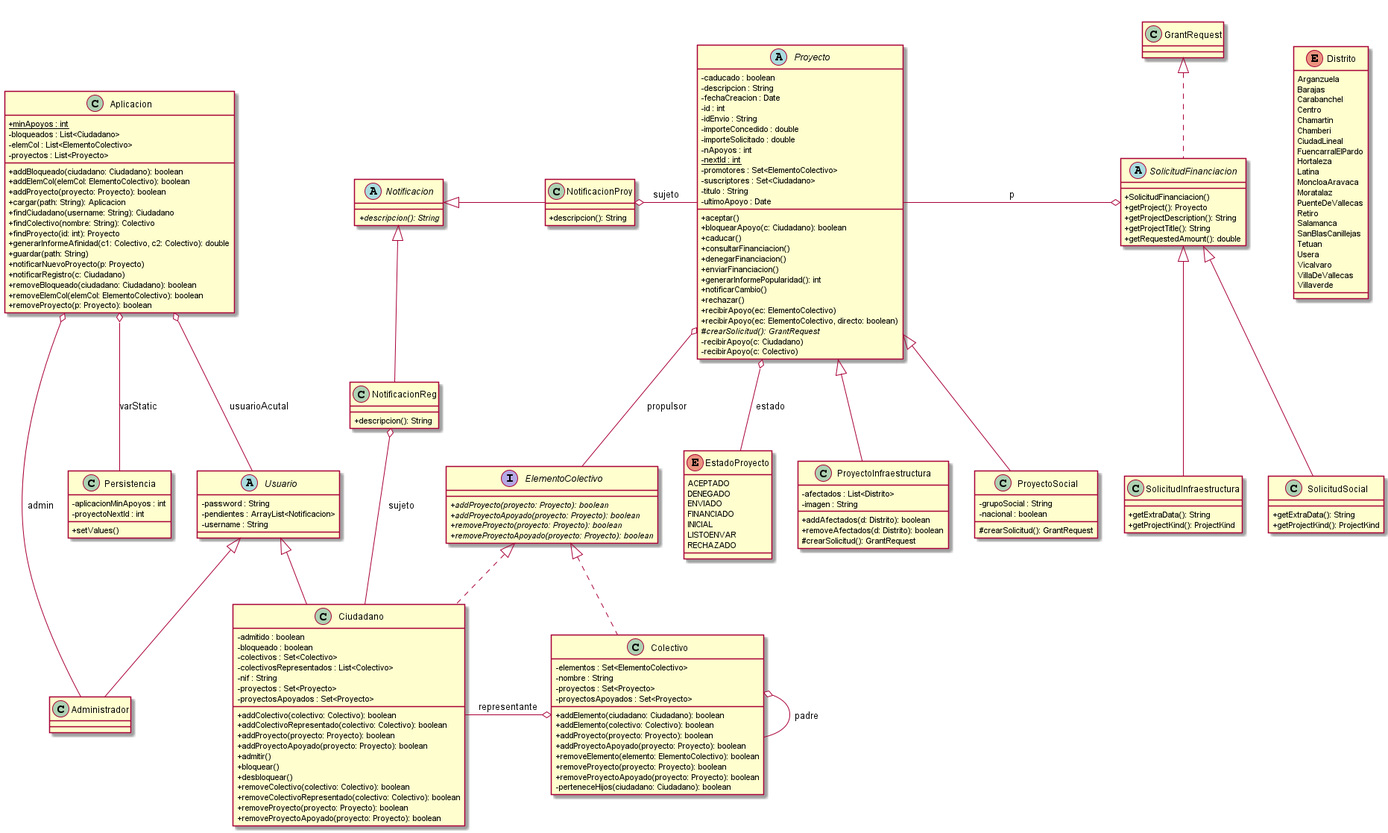
Before: P3/Diagrama de clases.png, a diagram exported from PlantUML (Fgp910/PADSOF_2020). Source of this version:
```plantuml
@startuml

title __CLASES's Class Diagram__\n

skinparam classAttributeIconSize 0

      class Administrador {
      }

      class Aplicacion {
          {static} + minApoyos : int
          - bloqueados : List<Ciudadano>
          - elemCol : List<ElementoColectivo>
          - proyectos : List<Proyecto>
          + addBloqueado(ciudadano: Ciudadano): boolean
          + addElemCol(elemCol: ElementoColectivo): boolean
          + addProyecto(proyecto: Proyecto): boolean
          + cargar(path: String): Aplicacion
          + findCiudadano(username: String): Ciudadano
          + findColectivo(nombre: String): Colectivo
          + findProyecto(id: int): Proyecto
          + generarInformeAfinidad(c1: Colectivo, c2: Colectivo): double
          + guardar(path: String)
          + notificarNuevoProyecto(p: Proyecto)
          + notificarRegistro(c: Ciudadano)
          + removeBloqueado(ciudadano: Ciudadano): boolean
          + removeElemCol(elemCol: ElementoColectivo): boolean
          + removeProyecto(p: Proyecto): boolean
      }


    class Ciudadano {
      - admitido : boolean
      - bloqueado : boolean
      - colectivos : Set<Colectivo>
      - colectivosRepresentados : List<Colectivo>
      - nif : String
      - proyectos : Set<Proyecto>
      - proyectosApoyados : Set<Proyecto>
      + addColectivo(colectivo: Colectivo): boolean
      + addColectivoRepresentado(colectivo: Colectivo): boolean
      + addProyecto(proyecto: Proyecto): boolean
      + addProyectoApoyado(proyecto: Proyecto): boolean
      + admitir()
      + bloquear()
      + desbloquear()
      + removeColectivo(colectivo: Colectivo): boolean
      + removeColectivoRepresentado(colectivo: Colectivo): boolean
      + removeProyecto(proyecto: Proyecto): boolean
      + removeProyectoApoyado(proyecto: Proyecto): boolean
    }

      class Colectivo {
          - elementos : Set<ElementoColectivo>
          - nombre : String
          - proyectos : Set<Proyecto>
          - proyectosApoyados : Set<Proyecto>
          + addElemento(ciudadano: Ciudadano): boolean
          + addElemento(colectivo: Colectivo): boolean
          + addProyecto(proyecto: Proyecto): boolean
          + addProyectoApoyado(proyecto: Proyecto): boolean
          + removeElemento(elemento: ElementoColectivo): boolean
          + removeProyecto(proyecto: Proyecto): boolean
          + removeProyectoApoyado(proyecto: Proyecto): boolean
          - perteneceHijos(ciudadano: Ciudadano): boolean
      }

      enum Distrito {
        Arganzuela
        Barajas
        Carabanchel
        Centro
        Chamartin
        Chamberi
        CiudadLineal
        FuencarralElPardo
        Hortaleza
        Latina
        MoncloaAravaca
        Moratalaz
        PuenteDeVallecas
        Retiro
        Salamanca
        SanBlasCanillejas
        Tetuan
        Usera
        Vicalvaro
        VillaDeVallecas
        Villaverde
      }


      interface ElementoColectivo {
          {abstract} + addProyecto(proyecto: Proyecto): boolean
          {abstract} + addProyectoApoyado(proyecto: Proyecto): boolean
          {abstract} + removeProyecto(proyecto: Proyecto): boolean
          {abstract} + removeProyectoApoyado(proyecto: Proyecto): boolean
      }

      enum EstadoProyecto {
        ACEPTADO
        DENEGADO
        ENVIADO
        FINANCIADO
        INICIAL
        LISTOENVAR
        RECHAZADO
      }

      abstract class Notificacion {
          {abstract} + descripcion(): String
      }

      class NotificacionProy {
          + descripcion(): String
      }

      class NotificacionReg {
          + descripcion(): String
      }

      class Persistencia {
          - aplicacionMinApoyos : int
          - proyectoNextId : int
          + setValues()
      }

      abstract class Proyecto {
          - caducado : boolean
          - descripcion : String
          - fechaCreacion : Date
          - id : int
          - idEnvio : String
          - importeConcedido : double
          - importeSolicitado : double
          - nApoyos : int
          {static} - nextId : int
          - promotores : Set<ElementoColectivo>
          - suscriptores : Set<Ciudadano>
          - titulo : String
          - ultimoApoyo : Date
          + aceptar()
          + bloquearApoyo(c: Ciudadano): boolean
          + caducar()
          + consultarFinanciacion()
          + denegarFinanciacion()
          + enviarFinanciacion()
          + generarInformePopularidad(): int
          + notificarCambio()
          + rechazar()
          + recibirApoyo(ec: ElementoColectivo)
          + recibirApoyo(ec: ElementoColectivo, directo: boolean)
          {abstract} # crearSolicitud(): GrantRequest
          - recibirApoyo(c: Ciudadano)
          - recibirApoyo(c: Colectivo)
      }

      class ProyectoInfraestructura {
          - afectados : List<Distrito>
          - imagen : String
          + addAfectados(d: Distrito): boolean
          + removeAfectados(d: Distrito): boolean
          # crearSolicitud(): GrantRequest
      }

      class ProyectoSocial {
          - grupoSocial : String
          - nacional : boolean
          # crearSolicitud(): GrantRequest
      }

      abstract class SolicitudFinanciacion {
          + SolicitudFinanciacion()
          + getProject(): Proyecto
          + getProjectDescription(): String
          + getProjectTitle(): String
          + getRequestedAmount(): double
      }

      class SolicitudInfraestructura {
          + getExtraData(): String
          + getProjectKind(): ProjectKind
      }

      class SolicitudSocial {
          + getExtraData(): String
          + getProjectKind(): ProjectKind
      }

      abstract class Usuario {
          - password : String
          - pendientes : ArrayList<Notificacion>
          - username : String
      }


  Administrador -up-|> Usuario
  Aplicacion o-- Administrador : admin
  Aplicacion o-- Usuario : usuarioAcutal
  Aplicacion o-- Persistencia : varStatic
  Ciudadano .up.|> ElementoColectivo
  Ciudadano -up-|> Usuario
  Colectivo .up.|> ElementoColectivo
  Colectivo o-- Colectivo : padre
  Colectivo o-left- Ciudadano : representante
  NotificacionProy -left-|> Notificacion
  NotificacionProy o-right- Proyecto : sujeto
  NotificacionReg -left-|> Notificacion
  NotificacionReg o-- Ciudadano : sujeto
  Proyecto o-- EstadoProyecto : estado
  Proyecto o-- ElementoColectivo : propulsor
  ProyectoInfraestructura -up-|> Proyecto
  ProyectoSocial -up-|> Proyecto
  SolicitudFinanciacion .up.|> GrantRequest
  SolicitudFinanciacion o-left- Proyecto : p
  SolicitudInfraestructura -up-|> SolicitudFinanciacion
  SolicitudSocial -up-|> SolicitudFinanciacion


@enduml
```
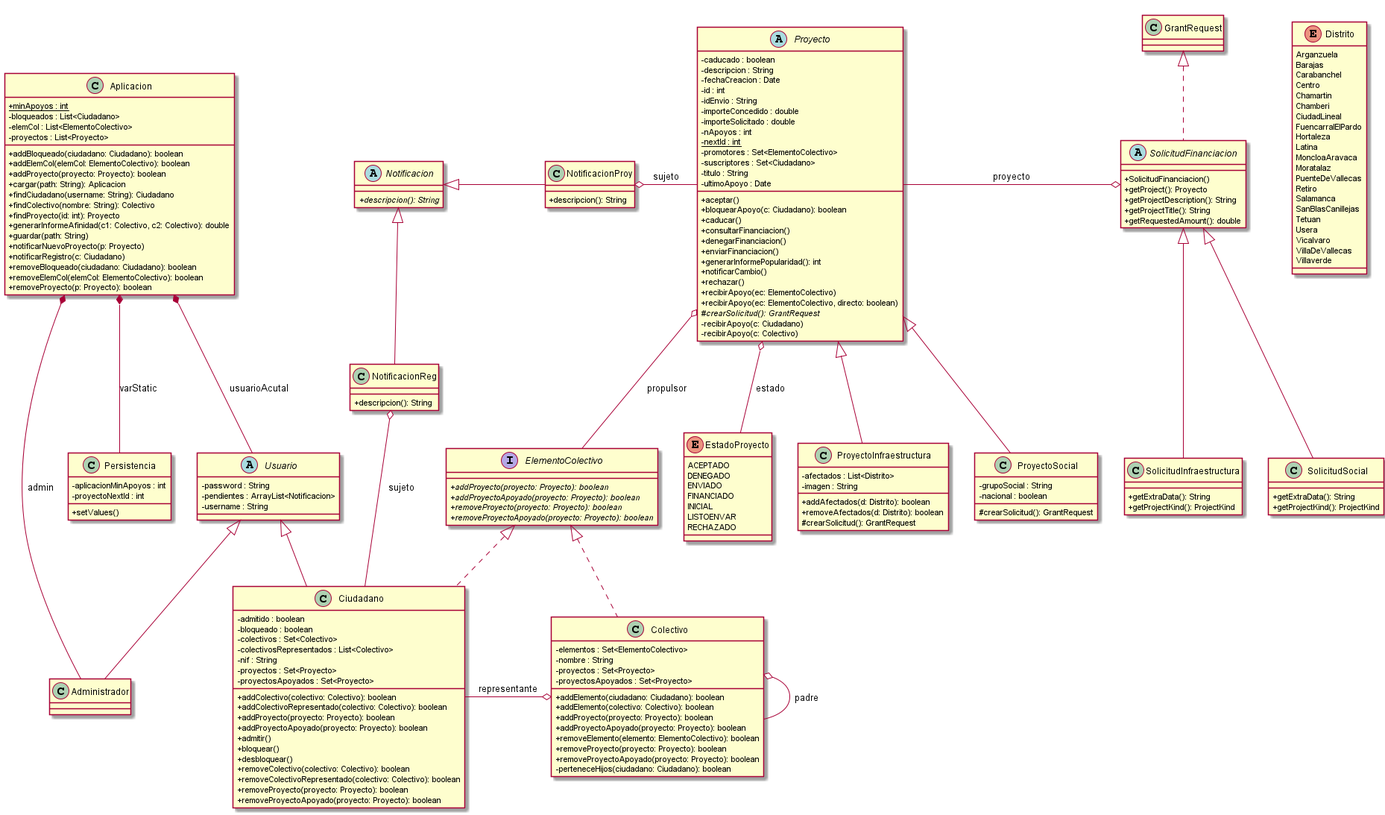
After the change.

Commit message:
Nuevo UML

The edit, as a diff of the source:
```diff
@@ -195,9 +195,9 @@
 
 
   Administrador -up-|> Usuario
-  Aplicacion o-- Administrador : admin
-  Aplicacion o-- Usuario : usuarioAcutal
-  Aplicacion o-- Persistencia : varStatic
+  Aplicacion *-- Administrador : admin
+  Aplicacion *-- Usuario : usuarioAcutal
+  Aplicacion *-- Persistencia : varStatic
   Ciudadano .up.|> ElementoColectivo
   Ciudadano -up-|> Usuario
   Colectivo .up.|> ElementoColectivo
@@ -212,7 +212,7 @@
   ProyectoInfraestructura -up-|> Proyecto
   ProyectoSocial -up-|> Proyecto
   SolicitudFinanciacion .up.|> GrantRequest
-  SolicitudFinanciacion o-left- Proyecto : p
+  SolicitudFinanciacion o-left- Proyecto : proyecto
   SolicitudInfraestructura -up-|> SolicitudFinanciacion
   SolicitudSocial -up-|> SolicitudFinanciacion
 
```
